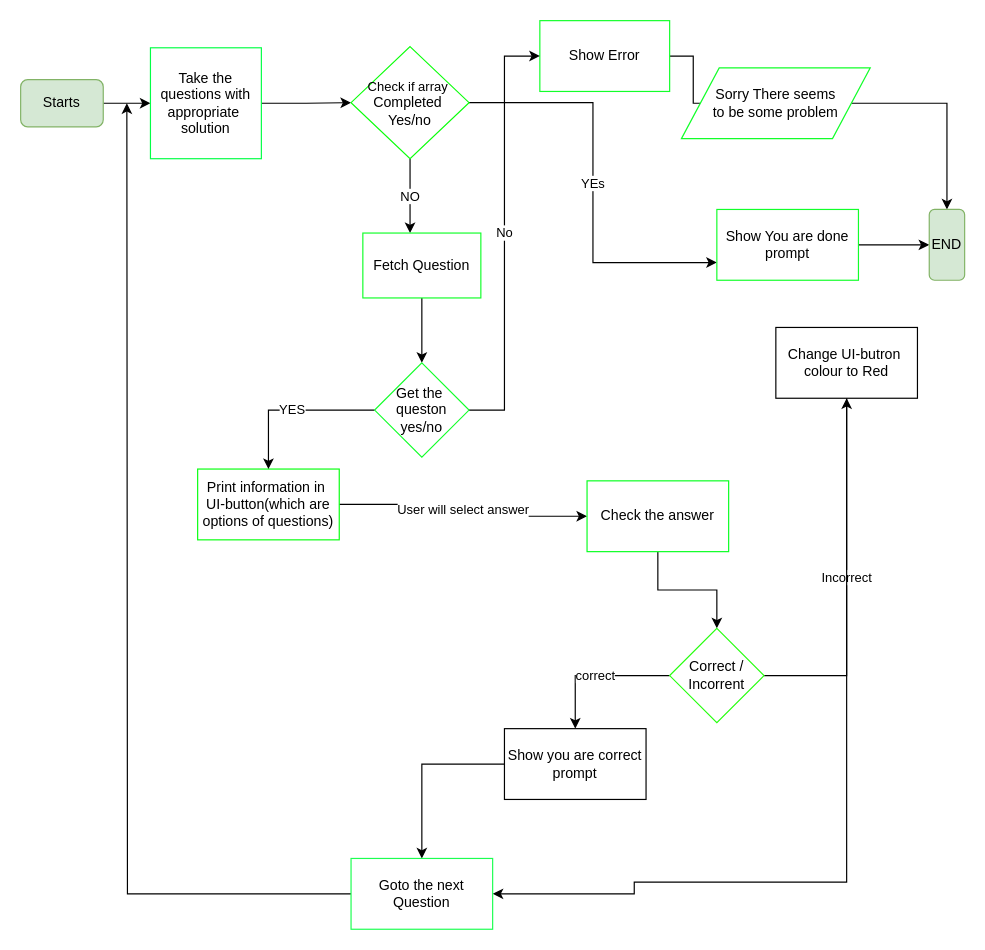
Earlier version of the draw.io diagram Quizzler.drawio (tmnabeel30/Quizzlerr). Source tidied: cells renumbered, new cells numbered last; positions are measured from the earlier drawing's top-left corner, leaving out a move shared by most shapes. Both pictures are drawn from the tidied source at 118%, with x=0, y=0 at pixel (20, 20).
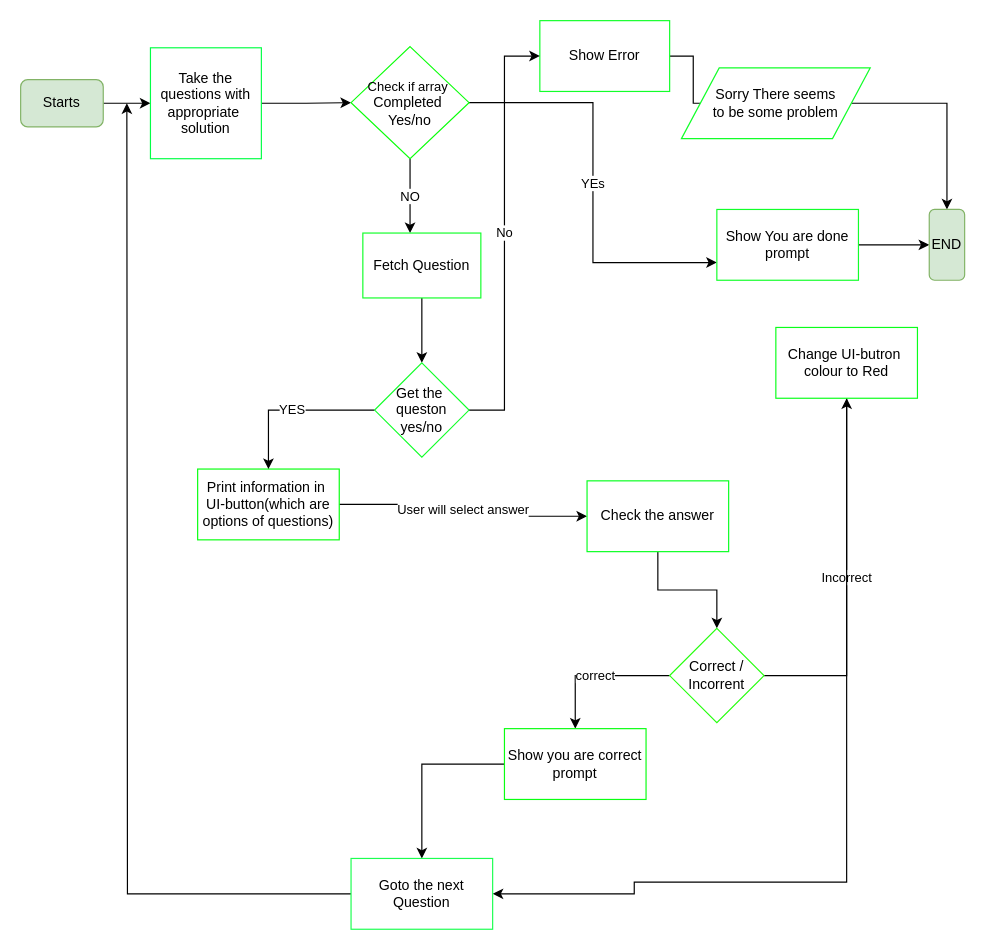
The same page after the edit.

Change to the diagram source:
```diff
@@
-    <mxCell id="21" value="Change UI-butron&amp;nbsp;&lt;br&gt;colour to Red" style="rounded=0;whiteSpace=wrap;html=1;" parent="1" vertex="1">
+    <mxCell id="21" value="Change UI-butron&amp;nbsp;&lt;br&gt;colour to Red" style="rounded=0;whiteSpace=wrap;html=1;strokeColor=#0AFF1B;" parent="1" vertex="1">
       <mxGeometry x="640" y="260" width="120" height="60" as="geometry" />
     </mxCell>
@@
-    <mxCell id="23" value="Show you are correct prompt" style="rounded=0;whiteSpace=wrap;html=1;" parent="1" vertex="1">
+    <mxCell id="23" value="Show you are correct prompt" style="rounded=0;whiteSpace=wrap;html=1;strokeColor=#0AFF12;" parent="1" vertex="1">
       <mxGeometry x="410" y="600" width="120" height="60" as="geometry" />
     </mxCell>
```
